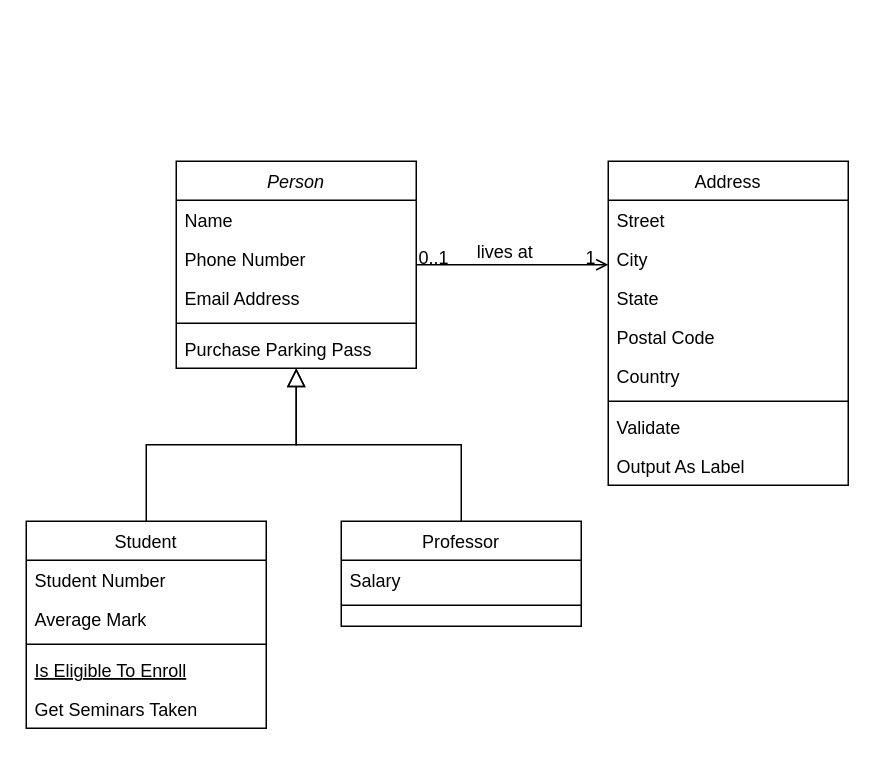
The draw.io diagram SistemaReservasJava.drawio in handelenriquezacuna/javaSistemaReserva, before the edit. Source tidied: cells renumbered, new cells numbered last; positions are measured from the earlier drawing's top-left corner, leaving out a move shared by most shapes. Both pictures are drawn from the tidied source at 150%, with x=0, y=0 at pixel (26, 160).
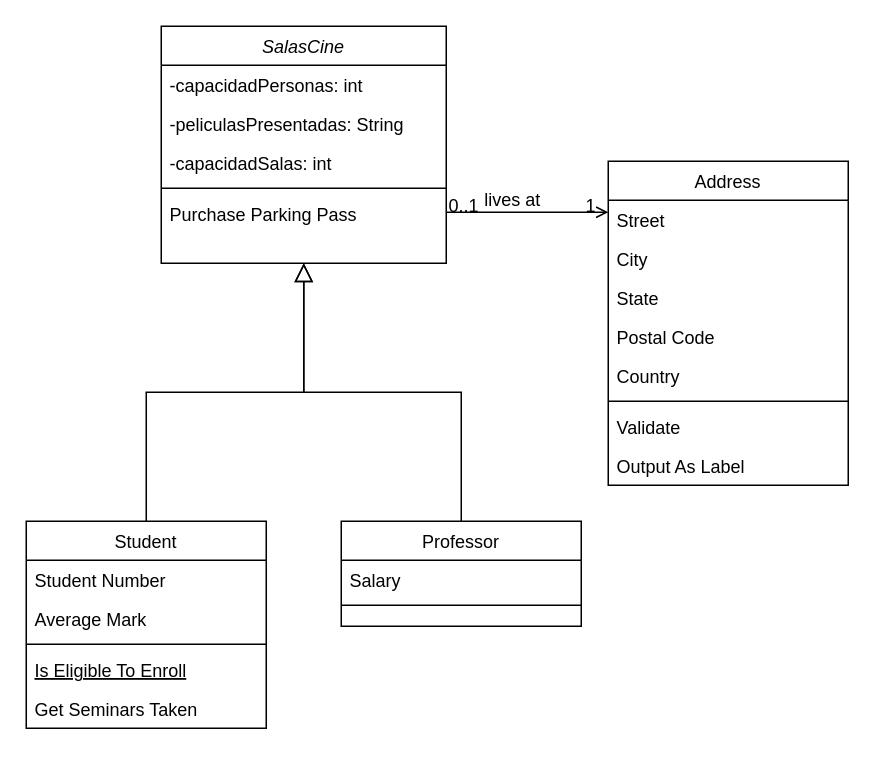
The same page after the edit.

Change to the diagram source:
```diff
@@
-    <mxCell id="2" value="Person" style="swimlane;fontStyle=2;align=center;verticalAlign=top;horizontal=1;startSize=26;rounded=0;shadow=0;strokeWidth=1;" parent="1" vertex="1">
-      <mxGeometry x="100" width="160" height="138" as="geometry" />
+    <mxCell id="2" value="SalasCine" style="swimlane;fontStyle=2;align=center;verticalAlign=top;horizontal=1;startSize=26;rounded=0;shadow=0;strokeWidth=1;" parent="1" vertex="1">
+      <mxGeometry x="90" y="-90" width="190" height="158" as="geometry" />
     </mxCell>
-    <mxCell id="3" value="Name" style="text;align=left;verticalAlign=top;spacingLeft=4;spacingRight=4;overflow=hidden;" parent="2" vertex="1">
-      <mxGeometry y="26" width="160" height="26" as="geometry" />
+    <mxCell id="3" value="-capacidadPersonas: int" style="text;align=left;verticalAlign=top;spacingLeft=4;spacingRight=4;overflow=hidden;" parent="2" vertex="1">
+      <mxGeometry y="26" width="190" height="26" as="geometry" />
     </mxCell>
-    <mxCell id="4" value="Phone Number" style="text;align=left;verticalAlign=top;spacingLeft=4;spacingRight=4;overflow=hidden;rounded=0;shadow=0;html=0;" parent="2" vertex="1">
-      <mxGeometry y="52" width="160" height="26" as="geometry" />
+    <mxCell id="4" value="-peliculasPresentadas: String" style="text;align=left;verticalAlign=top;spacingLeft=4;spacingRight=4;overflow=hidden;rounded=0;shadow=0;html=0;" parent="2" vertex="1">
+      <mxGeometry y="52" width="190" height="26" as="geometry" />
     </mxCell>
-    <mxCell id="5" value="Email Address" style="text;align=left;verticalAlign=top;spacingLeft=4;spacingRight=4;overflow=hidden;rounded=0;shadow=0;html=0;" parent="2" vertex="1">
-      <mxGeometry y="78" width="160" height="26" as="geometry" />
+    <mxCell id="5" value="-capacidadSalas: int" style="text;align=left;verticalAlign=top;spacingLeft=4;spacingRight=4;overflow=hidden;rounded=0;shadow=0;html=0;" parent="2" vertex="1">
+      <mxGeometry y="78" width="190" height="26" as="geometry" />
     </mxCell>
     <mxCell id="6" style="line;html=1;strokeWidth=1;align=left;verticalAlign=middle;spacingTop=-1;spacingLeft=3;spacingRight=3;labelPosition=right;" parent="2" vertex="1">
-      <mxGeometry y="104" width="160" height="8" as="geometry" />
+      <mxGeometry y="104" width="190" height="8" as="geometry" />
     </mxCell>
     <mxCell id="7" value="Purchase Parking Pass" style="text;align=left;verticalAlign=top;spacingLeft=4;spacingRight=4;overflow=hidden;" parent="2" vertex="1">
-      <mxGeometry y="112" width="160" height="26" as="geometry" />
+      <mxGeometry y="112" width="190" height="26" as="geometry" />
     </mxCell>
```
